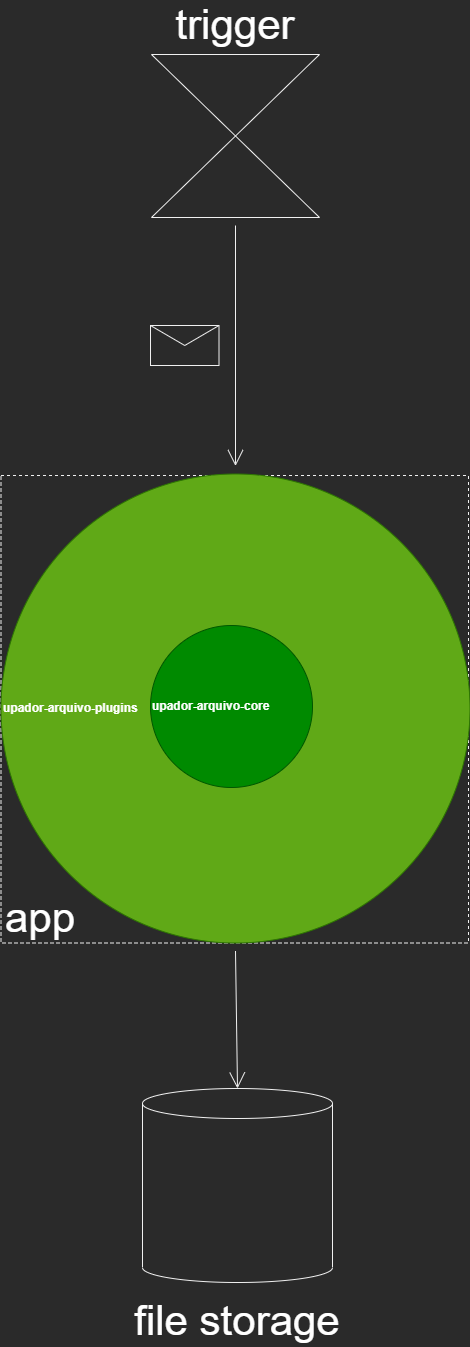
julucinho/upador-arquivos keeps this draw.io diagram as Desenhos/upadorArquivoDesenho-Arquitetura alto nível.drawio.png. Above is the earlier version. Source tidied: cells renumbered, new cells last; positions are measured from the earlier drawing's top-left corner, leaving out a move shared by most shapes. Its diagram source:
```xml
<mxGraphModel>
  <root>
    <mxCell id="0" />
    <mxCell id="1" parent="0" />
    <mxCell id="2" style="edgeStyle=none;curved=1;rounded=0;jettySize=auto;html=1;entryX=0.5;entryY=0;entryDx=0;entryDy=0;entryPerimeter=0;fontSize=42;fontColor=#FFFFFF;endArrow=open;startSize=14;endSize=14;sourcePerimeterSpacing=8;targetPerimeterSpacing=8;" parent="1" edge="1" source="8" target="4">
      <mxGeometry relative="1" as="geometry" />
    </mxCell>
    <mxCell id="3" style="group;" parent="1" vertex="1">
      <mxGeometry x="92" y="1078" width="290" height="248" as="geometry" />
    </mxCell>
    <mxCell id="4" style="shape=cylinder3;whiteSpace=wrap;html=1;boundedLbl=1;backgroundOutline=1;size=15;hachureGap=4;fontSize=42;fontColor=#FFFFFF;" parent="3" vertex="1">
      <mxGeometry x="50" width="190" height="194" as="geometry" />
    </mxCell>
    <mxCell id="5" value="&lt;font style=&quot;font-size: 42px;&quot;&gt;file storage&lt;/font&gt;" style="text;html=1;strokeColor=none;fillColor=none;align=center;verticalAlign=middle;whiteSpace=wrap;rounded=0;dashed=1;hachureGap=4;fontColor=#FFFFFF;" parent="3" vertex="1">
      <mxGeometry y="218" width="290" height="30" as="geometry" />
    </mxCell>
    <mxCell id="6" style="group;" parent="1" vertex="1">
      <mxGeometry x="0.5" y="463.5" width="469" height="469" as="geometry" />
    </mxCell>
    <mxCell id="7" style="whiteSpace=wrap;html=1;hachureGap=4;fontColor=#FFFFFF;dashed=1;" parent="6" vertex="1">
      <mxGeometry y="1.5" width="467.5" height="467.5" as="geometry" />
    </mxCell>
    <mxCell id="8" value="&lt;b&gt;upador-arquivo-plugins&lt;/b&gt;" style="ellipse;whiteSpace=wrap;html=1;hachureGap=4;fontColor=#ffffff;align=left;fillColor=#60a917;strokeColor=#2D7600;" parent="6" vertex="1">
      <mxGeometry width="469" height="469" as="geometry" />
    </mxCell>
    <mxCell id="9" value="&lt;b&gt;upador-arquivo-core&lt;/b&gt;" style="ellipse;whiteSpace=wrap;html=1;hachureGap=4;fontColor=#ffffff;align=left;fillColor=#008a00;strokeColor=#005700;" parent="6" vertex="1">
      <mxGeometry x="149.5" y="151.5" width="162" height="162" as="geometry" />
    </mxCell>
    <mxCell id="10" value="&lt;font style=&quot;font-size: 42px;&quot;&gt;app&lt;/font&gt;" style="text;html=1;strokeColor=none;fillColor=none;align=center;verticalAlign=middle;whiteSpace=wrap;rounded=0;dashed=1;hachureGap=4;fontColor=#FFFFFF;" parent="6" vertex="1">
      <mxGeometry x="9.5" y="429.5" width="60" height="30" as="geometry" />
    </mxCell>
    <mxCell id="11" style="shape=message;html=1;whiteSpace=wrap;html=1;hachureGap=4;fontSize=42;fontColor=#FFFFFF;" parent="1" vertex="1">
      <mxGeometry x="150" y="315" width="68.5" height="40" as="geometry" />
    </mxCell>
    <mxCell id="12" style="edgeStyle=none;curved=1;rounded=0;jettySize=auto;html=1;fontSize=42;fontColor=#FFFFFF;endArrow=open;startSize=14;endSize=14;sourcePerimeterSpacing=8;targetPerimeterSpacing=8;" parent="1" edge="1" source="14" target="8">
      <mxGeometry relative="1" as="geometry" />
    </mxCell>
    <mxCell id="13" style="group;" parent="1" vertex="1">
      <mxGeometry x="90" width="290" height="207" as="geometry" />
    </mxCell>
    <mxCell id="14" style="shape=collate;whiteSpace=wrap;html=1;hachureGap=4;fontSize=42;fontColor=#FFFFFF;" parent="13" vertex="1">
      <mxGeometry x="61" y="44" width="168" height="163" as="geometry" />
    </mxCell>
    <mxCell id="15" value="&lt;font style=&quot;font-size: 42px;&quot;&gt;trigger&lt;/font&gt;" style="text;html=1;strokeColor=none;fillColor=none;align=center;verticalAlign=middle;whiteSpace=wrap;rounded=0;dashed=1;hachureGap=4;fontColor=#FFFFFF;" parent="13" vertex="1">
      <mxGeometry width="290" height="30" as="geometry" />
    </mxCell>
  </root>
</mxGraphModel>
```
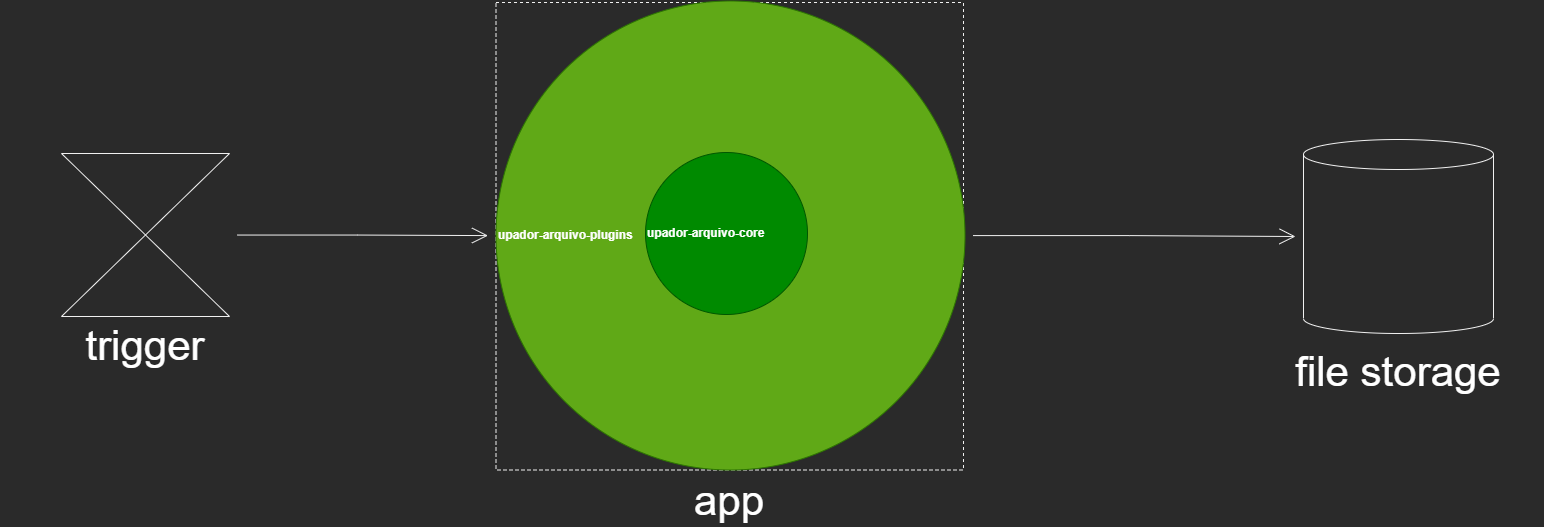
The same diagram one commit later.

What changed in the source:
```diff
@@ -2,11 +2,8 @@
   <root>
     <mxCell id="0" />
     <mxCell id="1" parent="0" />
-    <mxCell id="2" style="edgeStyle=none;curved=1;rounded=0;jettySize=auto;html=1;entryX=0.5;entryY=0;entryDx=0;entryDy=0;entryPerimeter=0;fontSize=42;fontColor=#FFFFFF;endArrow=open;startSize=14;endSize=14;sourcePerimeterSpacing=8;targetPerimeterSpacing=8;" parent="1" edge="1" source="8" target="4">
-      <mxGeometry relative="1" as="geometry" />
-    </mxCell>
     <mxCell id="3" style="group;" parent="1" vertex="1">
-      <mxGeometry x="92" y="1078" width="290" height="248" as="geometry" />
+      <mxGeometry x="758" y="602" width="290" height="248" as="geometry" />
     </mxCell>
     <mxCell id="4" style="shape=cylinder3;whiteSpace=wrap;html=1;boundedLbl=1;backgroundOutline=1;size=15;hachureGap=4;fontSize=42;fontColor=#FFFFFF;" parent="3" vertex="1">
       <mxGeometry x="50" width="190" height="194" as="geometry" />
@@ -26,23 +23,23 @@
     <mxCell id="9" value="&lt;b&gt;upador-arquivo-core&lt;/b&gt;" style="ellipse;whiteSpace=wrap;html=1;hachureGap=4;fontColor=#ffffff;align=left;fillColor=#008a00;strokeColor=#005700;" parent="6" vertex="1">
       <mxGeometry x="149.5" y="151.5" width="162" height="162" as="geometry" />
     </mxCell>
-    <mxCell id="10" value="&lt;font style=&quot;font-size: 42px;&quot;&gt;app&lt;/font&gt;" style="text;html=1;strokeColor=none;fillColor=none;align=center;verticalAlign=middle;whiteSpace=wrap;rounded=0;dashed=1;hachureGap=4;fontColor=#FFFFFF;" parent="6" vertex="1">
-      <mxGeometry x="9.5" y="429.5" width="60" height="30" as="geometry" />
-    </mxCell>
-    <mxCell id="11" style="shape=message;html=1;whiteSpace=wrap;html=1;hachureGap=4;fontSize=42;fontColor=#FFFFFF;" parent="1" vertex="1">
-      <mxGeometry x="150" y="315" width="68.5" height="40" as="geometry" />
-    </mxCell>
-    <mxCell id="12" style="edgeStyle=none;curved=1;rounded=0;jettySize=auto;html=1;fontSize=42;fontColor=#FFFFFF;endArrow=open;startSize=14;endSize=14;sourcePerimeterSpacing=8;targetPerimeterSpacing=8;" parent="1" edge="1" source="14" target="8">
-      <mxGeometry relative="1" as="geometry" />
-    </mxCell>
     <mxCell id="13" style="group;" parent="1" vertex="1">
-      <mxGeometry x="90" width="290" height="207" as="geometry" />
+      <mxGeometry x="-495" y="572" width="290" height="207" as="geometry" />
     </mxCell>
     <mxCell id="14" style="shape=collate;whiteSpace=wrap;html=1;hachureGap=4;fontSize=42;fontColor=#FFFFFF;" parent="13" vertex="1">
       <mxGeometry x="61" y="44" width="168" height="163" as="geometry" />
     </mxCell>
+    <mxCell id="2" style="edgeStyle=orthogonalEdgeStyle;rounded=0;jettySize=auto;html=1;fontColor=#FFFFFF;endArrow=open;startSize=14;endSize=14;sourcePerimeterSpacing=8;targetPerimeterSpacing=8;" parent="1" edge="1" source="8" target="4">
+      <mxGeometry relative="1" as="geometry" />
+    </mxCell>
+    <mxCell id="12" style="edgeStyle=orthogonalEdgeStyle;rounded=0;jettySize=auto;html=1;fontColor=#FFFFFF;endArrow=open;startSize=14;endSize=14;sourcePerimeterSpacing=8;targetPerimeterSpacing=8;" parent="1" edge="1" source="14" target="8">
+      <mxGeometry relative="1" as="geometry" />
+    </mxCell>
-    <mxCell id="15" value="&lt;font style=&quot;font-size: 42px;&quot;&gt;trigger&lt;/font&gt;" style="text;html=1;strokeColor=none;fillColor=none;align=center;verticalAlign=middle;whiteSpace=wrap;rounded=0;dashed=1;hachureGap=4;fontColor=#FFFFFF;" parent="13" vertex="1">
-      <mxGeometry width="290" height="30" as="geometry" />
+    <mxCell id="15" value="&lt;font style=&quot;font-size: 42px;&quot;&gt;trigger&lt;/font&gt;" style="text;html=1;strokeColor=none;fillColor=none;align=center;verticalAlign=middle;whiteSpace=wrap;rounded=0;dashed=1;hachureGap=4;fontColor=#FFFFFF;" parent="1" vertex="1">
+      <mxGeometry x="-495" y="794" width="290" height="30" as="geometry" />
     </mxCell>
+    <mxCell id="10" value="&lt;font style=&quot;font-size: 42px;&quot;&gt;app&lt;/font&gt;" style="text;html=1;strokeColor=none;fillColor=none;align=center;verticalAlign=middle;whiteSpace=wrap;rounded=0;dashed=1;hachureGap=4;fontColor=#FFFFFF;" parent="1" vertex="1">
+      <mxGeometry x="204.2" y="949" width="60" height="30" as="geometry" />
+    </mxCell>
   </root>
 </mxGraphModel>
```
